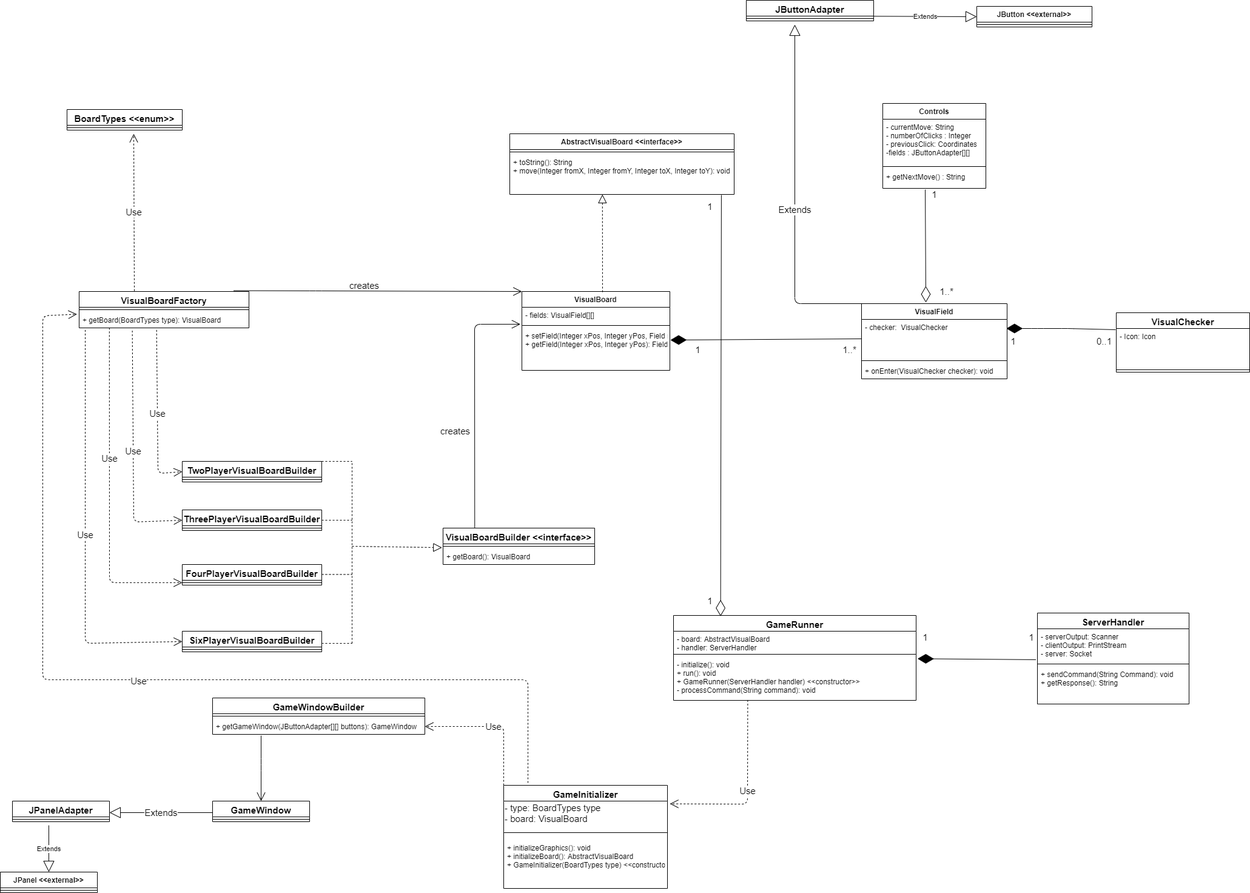
Before: diagrams/client/klient.png, a diagram exported from draw.io (laitacende/Lista4). Source tidied: cells renumbered, new cells last; positions are measured from the earlier drawing's top-left corner, leaving out a move shared by most shapes.
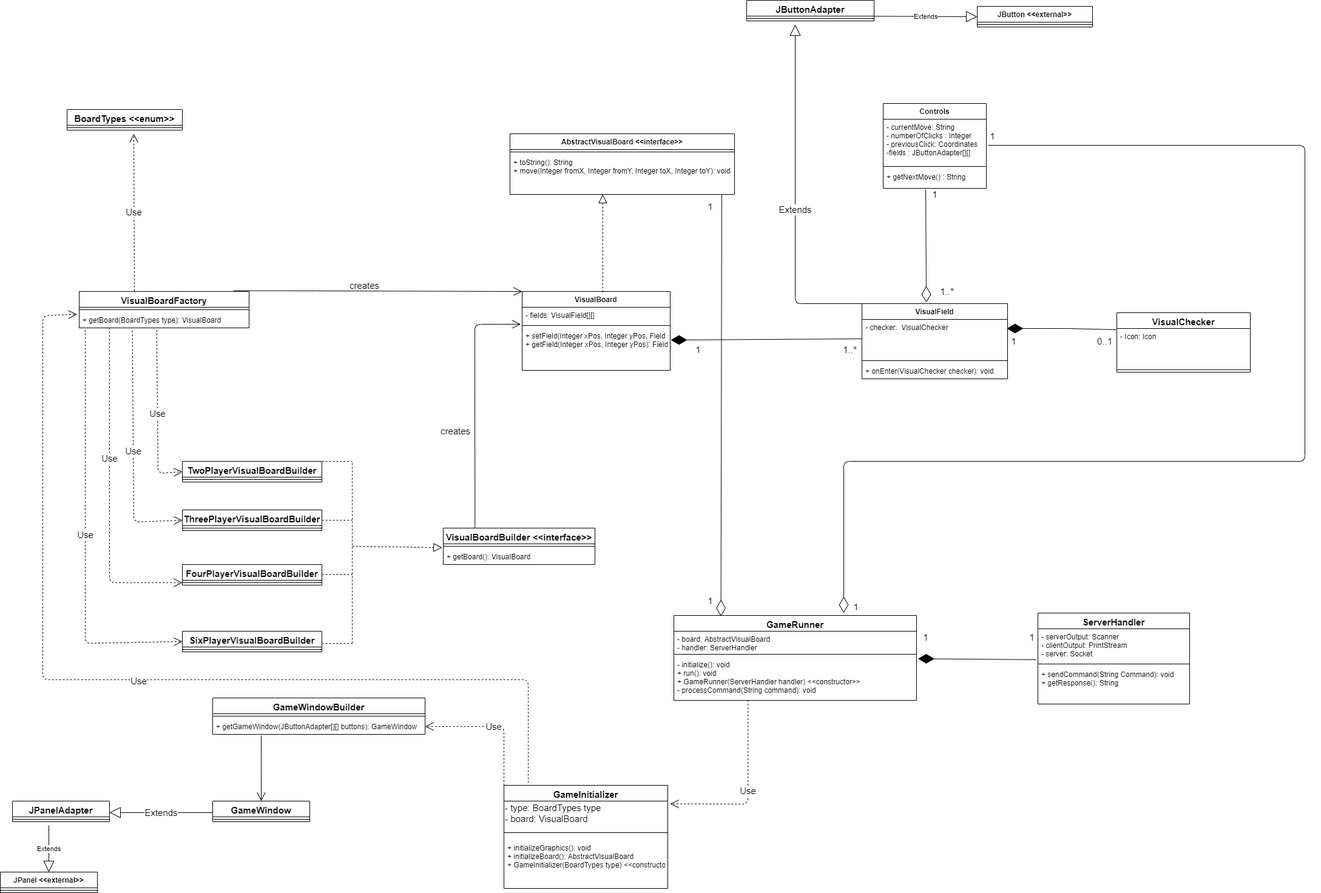
The same file after the commit.

Commit message:
Updated client diagrams

What changed in the source:
```diff
@@ -377,5 +377,21 @@
     <mxCell id="99" value="1..*" style="text;html=1;align=center;verticalAlign=middle;fontSize=15;" parent="1" vertex="1">
       <mxGeometry x="1540" y="470" width="40" height="20" as="geometry" />
     </mxCell>
+    <mxCell id="100" style="endArrow=diamondThin;endFill=0;endSize=24;html=1;exitX=1.015;exitY=0.581;exitDx=0;exitDy=0;exitPerimeter=0;" parent="1" edge="1" source="94">
+      <mxGeometry relative="1" as="geometry">
+        <mxPoint x="1390" y="1010" as="targetPoint" />
+        <Array as="points">
+          <mxPoint x="2150" y="239" />
+          <mxPoint x="2150" y="760" />
+          <mxPoint x="1390" y="760" />
+        </Array>
+      </mxGeometry>
+    </mxCell>
+    <mxCell id="101" value="1" style="text;html=1;align=center;verticalAlign=middle;fontSize=15;" parent="1" vertex="1">
+      <mxGeometry x="1625" y="214" width="20" height="20" as="geometry" />
+    </mxCell>
+    <mxCell id="102" value="1" style="text;html=1;align=center;verticalAlign=middle;fontSize=15;" parent="1" vertex="1">
+      <mxGeometry x="1400" y="990" width="20" height="20" as="geometry" />
+    </mxCell>
   </root>
 </mxGraphModel>
```
